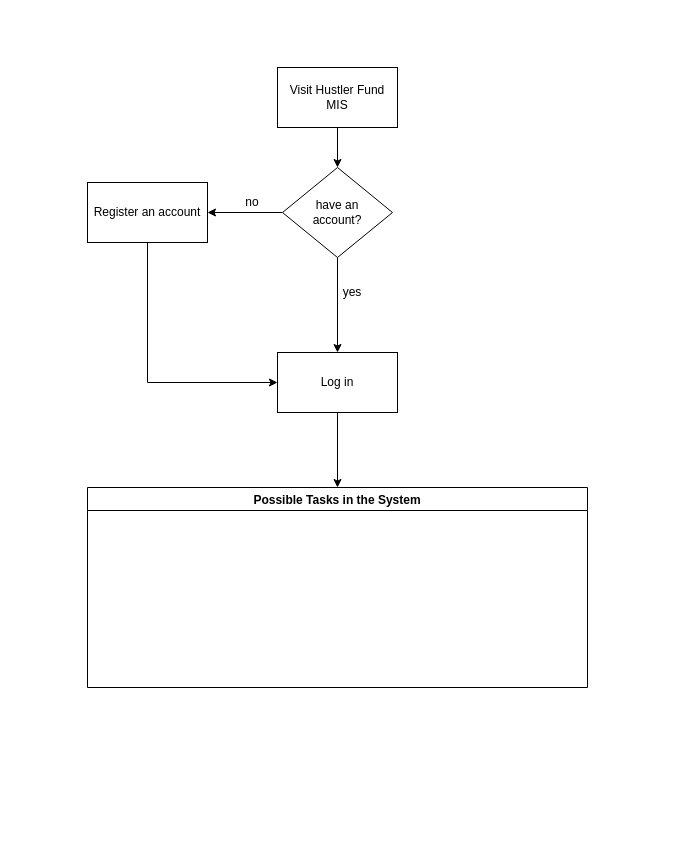
kmagua/flowcharts keeps this draw.io diagram as Proposed Hustler Fund System.drawio. Above is the earlier version. Source tidied: cells renumbered, new cells numbered last; positions are measured from the earlier drawing's top-left corner, leaving out a move shared by most shapes. Both pictures are drawn from the tidied source at 100%, with x=0, y=0 at pixel (87, 67).
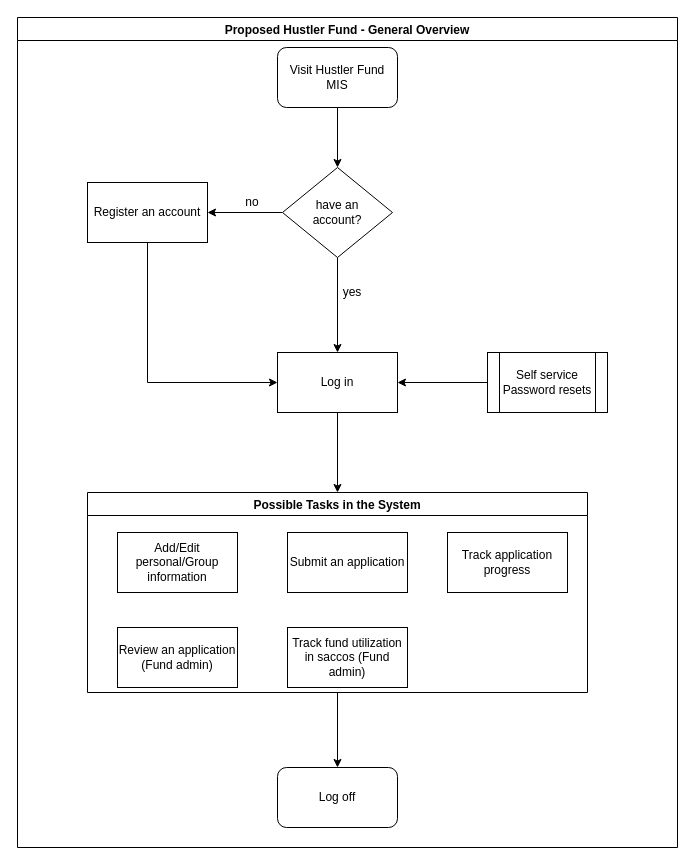
The same diagram, later.

Unchanged cells that the change refers to:
```xml
<mxCell id="6" value="&lt;div&gt;have an&lt;/div&gt;&lt;div&gt;account?&lt;/div&gt;" style="rhombus;whiteSpace=wrap;html=1;rounded=0;" parent="1" vertex="1">
  <mxGeometry x="195" y="100" width="110" height="90" as="geometry" />
</mxCell>
<mxCell id="8" value="Log in" style="whiteSpace=wrap;html=1;rounded=0;" parent="1" vertex="1">
  <mxGeometry x="190" y="285" width="120" height="60" as="geometry" />
</mxCell>
```

The edit, as a diff of the source:
```diff
@@
-    <mxCell id="2" style="edgeStyle=orthogonalEdgeStyle;rounded=0;jettySize=auto;html=1;" parent="1" edge="1" source="3" target="6">
+    <mxCell id="2" style="edgeStyle=orthogonalEdgeStyle;rounded=0;jettySize=auto;html=1;exitX=0.5;exitY=1;exitDx=0;exitDy=0;" parent="1" edge="1" source="3" target="6">
       <mxGeometry relative="1" as="geometry" />
     </mxCell>
-    <mxCell id="3" value="Visit Hustler Fund MIS" style="rounded=0;whiteSpace=wrap;html=1;" parent="1" vertex="1">
-      <mxGeometry x="190" width="120" height="60" as="geometry" />
-    </mxCell>
@@
+    <mxCell id="14" style="edgeStyle=orthogonalEdgeStyle;rounded=0;jettySize=auto;html=1;" parent="1" edge="1" source="13" target="22">
+      <mxGeometry relative="1" as="geometry" />
+    </mxCell>
     <mxCell id="13" value="Possible Tasks in the System" style="swimlane;" parent="1" vertex="1">
-      <mxGeometry y="420" width="500" height="200" as="geometry" />
+      <mxGeometry y="425" width="500" height="200" as="geometry" />
     </mxCell>
+    <mxCell id="15" value="Track application progress" style="rounded=0;whiteSpace=wrap;html=1;" parent="13" vertex="1">
+      <mxGeometry x="360" y="40" width="120" height="60" as="geometry" />
+    </mxCell>
+    <mxCell id="16" value="Submit an application" style="rounded=0;whiteSpace=wrap;html=1;" parent="13" vertex="1">
+      <mxGeometry x="200" y="40" width="120" height="60" as="geometry" />
+    </mxCell>
+    <mxCell id="17" value="Review an application (Fund admin)" style="rounded=0;whiteSpace=wrap;html=1;" parent="13" vertex="1">
+      <mxGeometry x="30" y="135" width="120" height="60" as="geometry" />
+    </mxCell>
+    <mxCell id="18" value="Add/Edit personal/Group information" style="rounded=0;whiteSpace=wrap;html=1;" parent="13" vertex="1">
+      <mxGeometry x="30" y="40" width="120" height="60" as="geometry" />
+    </mxCell>
+    <mxCell id="19" value="Track fund utilization in saccos (Fund admin)" style="rounded=0;whiteSpace=wrap;html=1;" parent="13" vertex="1">
+      <mxGeometry x="200" y="135" width="120" height="60" as="geometry" />
+    </mxCell>
+    <mxCell id="3" value="Visit Hustler Fund MIS" style="rounded=1;whiteSpace=wrap;html=1;" parent="1" vertex="1">
+      <mxGeometry x="190" y="-20" width="120" height="60" as="geometry" />
+    </mxCell>
+    <mxCell id="20" style="edgeStyle=orthogonalEdgeStyle;rounded=0;jettySize=auto;html=1;exitX=0;exitY=0.5;exitDx=0;exitDy=0;" parent="1" edge="1" source="21" target="8">
+      <mxGeometry relative="1" as="geometry" />
+    </mxCell>
+    <mxCell id="21" value="&lt;div&gt;Self service&lt;/div&gt;&lt;div&gt;Password resets&lt;/div&gt;" style="shape=process;whiteSpace=wrap;html=1;backgroundOutline=1;" parent="1" vertex="1">
+      <mxGeometry x="400" y="285" width="120" height="60" as="geometry" />
+    </mxCell>
+    <mxCell id="22" value="Log off" style="rounded=1;whiteSpace=wrap;html=1;" parent="1" vertex="1">
+      <mxGeometry x="190" y="700" width="120" height="60" as="geometry" />
+    </mxCell>
+    <mxCell id="23" value="Proposed Hustler Fund - General Overview" style="swimlane;" parent="1" vertex="1">
+      <mxGeometry x="-70" y="-50" width="660" height="830" as="geometry" />
+    </mxCell>
```
